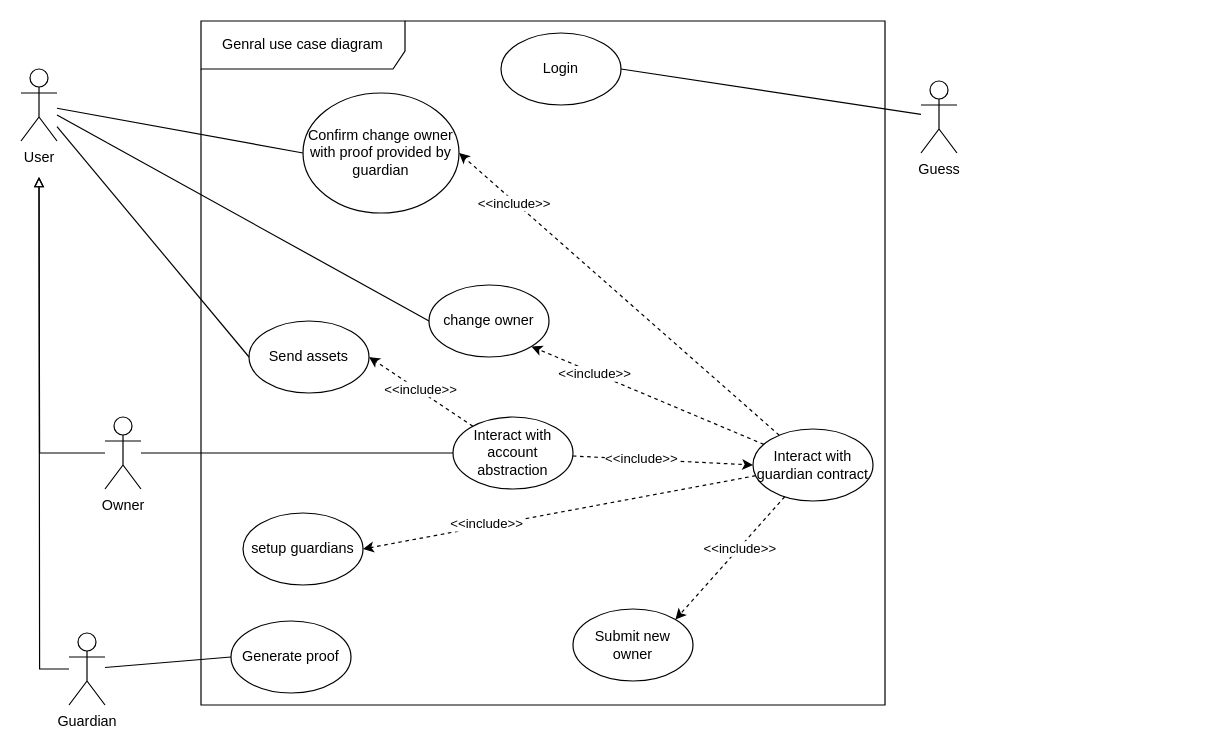
Earlier version of the draw.io diagram page "general-usecase-diagram" (5 of 5) of documents/master.drawio (phamhongphuc1999/account-abstraction-app). Source tidied: cells renumbered, new cells numbered last; positions are measured from the earlier drawing's top-left corner, leaving out a move shared by most shapes. Both pictures are drawn from the tidied source at 120%, with x=0, y=0 at pixel (20, 20).
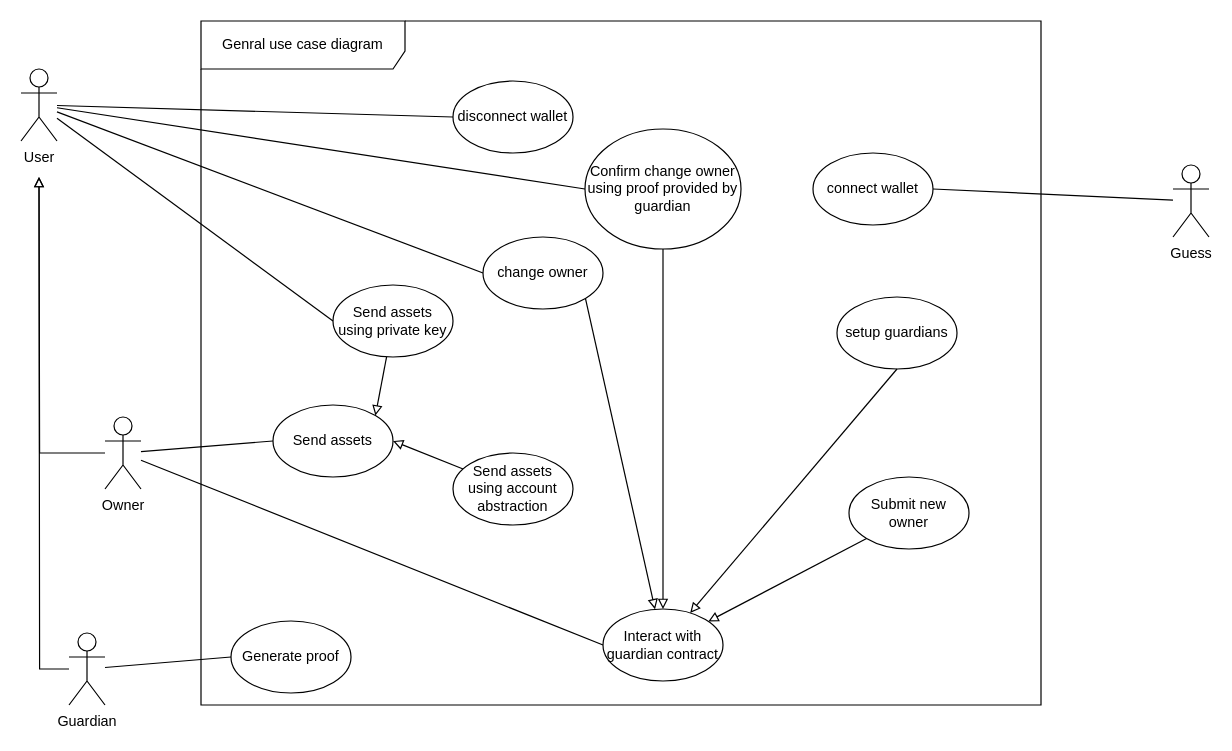
Above is the later version.

The change refers to these unchanged cells:
```xml
<mxCell id="18" value="User" style="shape=umlActor;html=1;verticalLabelPosition=bottom;verticalAlign=top;align=center;" parent="1" vertex="1">
  <mxGeometry y="40" width="30" height="60" as="geometry" />
</mxCell>
<mxCell id="19" value="Owner" style="shape=umlActor;html=1;verticalLabelPosition=bottom;verticalAlign=top;align=center;" parent="1" vertex="1">
  <mxGeometry x="70" y="330" width="30" height="60" as="geometry" />
</mxCell>
```

What changed in the source:
```diff
@@
     <mxCell id="2" value="Genral use case diagram" style="shape=umlFrame;whiteSpace=wrap;html=1;width=170;height=40;" parent="1" vertex="1">
-      <mxGeometry x="150" width="570" height="570" as="geometry" />
+      <mxGeometry x="150" width="700" height="570" as="geometry" />
     </mxCell>
-    <mxCell id="3" value="Login" style="ellipse;whiteSpace=wrap;html=1;" parent="2" vertex="1">
-      <mxGeometry x="250" y="10" width="100" height="60" as="geometry" />
+    <mxCell id="3" value="connect wallet" style="ellipse;whiteSpace=wrap;html=1;" parent="2" vertex="1">
+      <mxGeometry x="510" y="110" width="100" height="60" as="geometry" />
     </mxCell>
     <mxCell id="4" value="Send assets" style="ellipse;whiteSpace=wrap;html=1;" parent="2" vertex="1">
-      <mxGeometry x="40" y="250" width="100" height="60" as="geometry" />
+      <mxGeometry x="60" y="320" width="100" height="60" as="geometry" />
     </mxCell>
-    <mxCell id="5" style="rounded=0;jettySize=auto;html=1;entryX=1;entryY=0.5;entryDx=0;entryDy=0;dashed=1;" parent="2" edge="1" source="7" target="4">
-      <mxGeometry relative="1" as="geometry" />
-    </mxCell>
-    <mxCell id="6" value="&amp;lt;&amp;lt;include&amp;gt;&amp;gt;" style="edgeLabel;html=1;align=center;verticalAlign=middle;" parent="5" vertex="1">
-      <mxGeometry x="0.04" y="-2" relative="1" as="geometry" />
-    </mxCell>
-    <mxCell id="7" value="Interact with account abstraction" style="ellipse;whiteSpace=wrap;html=1;" parent="2" vertex="1">
-      <mxGeometry x="210" y="330" width="100" height="60" as="geometry" />
-    </mxCell>
     <mxCell id="8" value="Submit new owner" style="ellipse;whiteSpace=wrap;html=1;" parent="2" vertex="1">
-      <mxGeometry x="310" y="490" width="100" height="60" as="geometry" />
+      <mxGeometry x="540" y="380" width="100" height="60" as="geometry" />
     </mxCell>
@@
-    <mxCell id="10" value="Confirm change owner with proof provided by guardian" style="ellipse;whiteSpace=wrap;html=1;" parent="2" vertex="1">
-      <mxGeometry x="85" y="60" width="130" height="100" as="geometry" />
+    <mxCell id="10" value="Confirm change owner using proof provided by guardian" style="ellipse;whiteSpace=wrap;html=1;" parent="2" vertex="1">
+      <mxGeometry x="320" y="90" width="130" height="100" as="geometry" />
     </mxCell>
     <mxCell id="11" value="change owner" style="ellipse;whiteSpace=wrap;html=1;" parent="2" vertex="1">
-      <mxGeometry x="190" y="220" width="100" height="60" as="geometry" />
+      <mxGeometry x="235" y="180" width="100" height="60" as="geometry" />
     </mxCell>
     <mxCell id="12" value="setup guardians" style="ellipse;whiteSpace=wrap;html=1;" parent="2" vertex="1">
-      <mxGeometry x="35" y="410" width="100" height="60" as="geometry" />
+      <mxGeometry x="530" y="230" width="100" height="60" as="geometry" />
     </mxCell>
+    <mxCell id="36" value="disconnect wallet" style="ellipse;whiteSpace=wrap;html=1;" parent="2" vertex="1">
+      <mxGeometry x="210" y="50" width="100" height="60" as="geometry" />
+    </mxCell>
+    <mxCell id="31" value="Interact with guardian contract" style="ellipse;whiteSpace=wrap;html=1;" parent="2" vertex="1">
+      <mxGeometry x="335" y="490" width="100" height="60" as="geometry" />
+    </mxCell>
+    <mxCell id="25" style="rounded=0;jettySize=auto;html=1;entryX=0.5;entryY=1;entryDx=0;entryDy=0;endArrow=none;endFill=0;strokeWidth=1;startArrow=block;startFill=0;" parent="2" edge="1" source="31" target="10">
+      <mxGeometry relative="1" as="geometry" />
+    </mxCell>
+    <mxCell id="27" style="rounded=0;jettySize=auto;html=1;entryX=1;entryY=1;entryDx=0;entryDy=0;endArrow=none;endFill=0;startArrow=block;startFill=0;" parent="2" edge="1" source="31" target="11">
+      <mxGeometry relative="1" as="geometry" />
+    </mxCell>
+    <mxCell id="29" style="rounded=0;jettySize=auto;html=1;entryX=0.5;entryY=1;entryDx=0;entryDy=0;endArrow=none;endFill=0;startArrow=block;startFill=0;" parent="2" edge="1" source="31" target="12">
+      <mxGeometry relative="1" as="geometry" />
+    </mxCell>
+    <mxCell id="34" style="rounded=0;jettySize=auto;html=1;entryX=0;entryY=1;entryDx=0;entryDy=0;endArrow=none;endFill=0;startArrow=block;startFill=0;" parent="2" edge="1" source="31" target="8">
+      <mxGeometry relative="1" as="geometry" />
+    </mxCell>
+    <mxCell id="37" style="rounded=0;jettySize=auto;html=1;entryX=1;entryY=0;entryDx=0;entryDy=0;endArrow=block;endFill=0;" parent="2" edge="1" source="38" target="4">
+      <mxGeometry relative="1" as="geometry" />
+    </mxCell>
+    <mxCell id="38" value="Send assets using private key" style="ellipse;whiteSpace=wrap;html=1;" parent="2" vertex="1">
+      <mxGeometry x="110" y="220" width="100" height="60" as="geometry" />
+    </mxCell>
+    <mxCell id="39" style="rounded=0;jettySize=auto;html=1;entryX=1;entryY=0.5;entryDx=0;entryDy=0;endArrow=block;endFill=0;" parent="2" edge="1" source="40" target="4">
+      <mxGeometry relative="1" as="geometry" />
+    </mxCell>
+    <mxCell id="40" value="Send assets using account abstraction" style="ellipse;whiteSpace=wrap;html=1;" parent="2" vertex="1">
+      <mxGeometry x="210" y="360" width="100" height="60" as="geometry" />
+    </mxCell>
@@
     <mxCell id="14" value="Guess" style="shape=umlActor;html=1;verticalLabelPosition=bottom;verticalAlign=top;align=center;" parent="1" vertex="1">
-      <mxGeometry x="750" y="50" width="30" height="60" as="geometry" />
+      <mxGeometry x="960" y="120" width="30" height="60" as="geometry" />
     </mxCell>
-    <mxCell id="15" style="rounded=0;jettySize=auto;html=1;entryX=0;entryY=0.5;entryDx=0;entryDy=0;endArrow=none;endFill=0;" parent="1" edge="1" source="18" target="4">
-      <mxGeometry relative="1" as="geometry" />
-    </mxCell>
@@
+    <mxCell id="41" style="rounded=0;jettySize=auto;html=1;entryX=0;entryY=0.5;entryDx=0;entryDy=0;endArrow=none;endFill=0;" parent="1" edge="1" source="18" target="36">
+      <mxGeometry relative="1" as="geometry" />
+    </mxCell>
+    <mxCell id="42" style="rounded=0;jettySize=auto;html=1;entryX=0;entryY=0.5;entryDx=0;entryDy=0;endArrow=none;endFill=0;" parent="1" edge="1" source="18" target="38">
+      <mxGeometry relative="1" as="geometry" />
+    </mxCell>
@@
+    <mxCell id="43" style="rounded=0;jettySize=auto;html=1;entryX=0;entryY=0.5;entryDx=0;entryDy=0;endArrow=none;endFill=0;" parent="1" edge="1" source="19" target="4">
+      <mxGeometry relative="1" as="geometry" />
+    </mxCell>
@@
-    <mxCell id="24" style="rounded=0;jettySize=auto;html=1;entryX=0;entryY=0.5;entryDx=0;entryDy=0;endArrow=none;endFill=0;" parent="1" edge="1" source="19" target="7">
+    <mxCell id="24" style="rounded=0;jettySize=auto;html=1;endArrow=none;endFill=0;entryX=0;entryY=0.5;entryDx=0;entryDy=0;" parent="1" edge="1" source="19" target="31">
       <mxGeometry relative="1" as="geometry" />
     </mxCell>
-    <mxCell id="25" style="rounded=0;jettySize=auto;html=1;entryX=1;entryY=0.5;entryDx=0;entryDy=0;dashed=1;" parent="1" edge="1" source="31" target="10">
-      <mxGeometry relative="1" as="geometry" />
-    </mxCell>
-    <mxCell id="26" value="&amp;lt;&amp;lt;include&amp;gt;&amp;gt;" style="edgeLabel;html=1;align=center;verticalAlign=middle;" parent="25" vertex="1">
-      <mxGeometry x="0.66" relative="1" as="geometry">
-        <mxPoint y="1" as="offset" />
-      </mxGeometry>
-    </mxCell>
-    <mxCell id="27" style="rounded=0;jettySize=auto;html=1;entryX=1;entryY=1;entryDx=0;entryDy=0;dashed=1;" parent="1" edge="1" source="31" target="11">
-      <mxGeometry relative="1" as="geometry" />
-    </mxCell>
-    <mxCell id="28" value="&amp;lt;&amp;lt;include&amp;gt;&amp;gt;" style="edgeLabel;html=1;align=center;verticalAlign=middle;" parent="27" vertex="1">
-      <mxGeometry x="0.47" relative="1" as="geometry" />
-    </mxCell>
-    <mxCell id="29" style="rounded=0;jettySize=auto;html=1;entryX=1;entryY=0.5;entryDx=0;entryDy=0;dashed=1;" parent="1" edge="1" source="31" target="12">
-      <mxGeometry relative="1" as="geometry" />
-    </mxCell>
-    <mxCell id="30" value="&amp;lt;&amp;lt;include&amp;gt;&amp;gt;" style="edgeLabel;html=1;align=center;verticalAlign=middle;" parent="29" vertex="1">
-      <mxGeometry x="0.37" y="-2" relative="1" as="geometry" />
-    </mxCell>
-    <mxCell id="31" value="Interact with guardian contract" style="ellipse;whiteSpace=wrap;html=1;" parent="1" vertex="1">
-      <mxGeometry x="610" y="340" width="100" height="60" as="geometry" />
-    </mxCell>
-    <mxCell id="32" style="rounded=0;jettySize=auto;html=1;dashed=1;entryX=0;entryY=0.5;entryDx=0;entryDy=0;" parent="1" edge="1" source="7" target="31">
-      <mxGeometry relative="1" as="geometry" />
-    </mxCell>
-    <mxCell id="33" value="&amp;lt;&amp;lt;include&amp;gt;&amp;gt;" style="edgeLabel;html=1;align=center;verticalAlign=middle;" parent="32" vertex="1">
-      <mxGeometry x="-0.39" y="4" relative="1" as="geometry">
-        <mxPoint x="11" y="4" as="offset" />
-      </mxGeometry>
-    </mxCell>
-    <mxCell id="34" style="rounded=0;jettySize=auto;html=1;entryX=1;entryY=0;entryDx=0;entryDy=0;endArrow=classic;endFill=1;dashed=1;" parent="1" edge="1" source="31" target="8">
-      <mxGeometry relative="1" as="geometry" />
-    </mxCell>
-    <mxCell id="35" value="&amp;lt;&amp;lt;include&amp;gt;&amp;gt;" style="edgeLabel;html=1;align=center;verticalAlign=middle;" parent="34" vertex="1">
-      <mxGeometry x="-0.15" y="1" relative="1" as="geometry">
-        <mxPoint y="-1" as="offset" />
-      </mxGeometry>
-    </mxCell>
```
